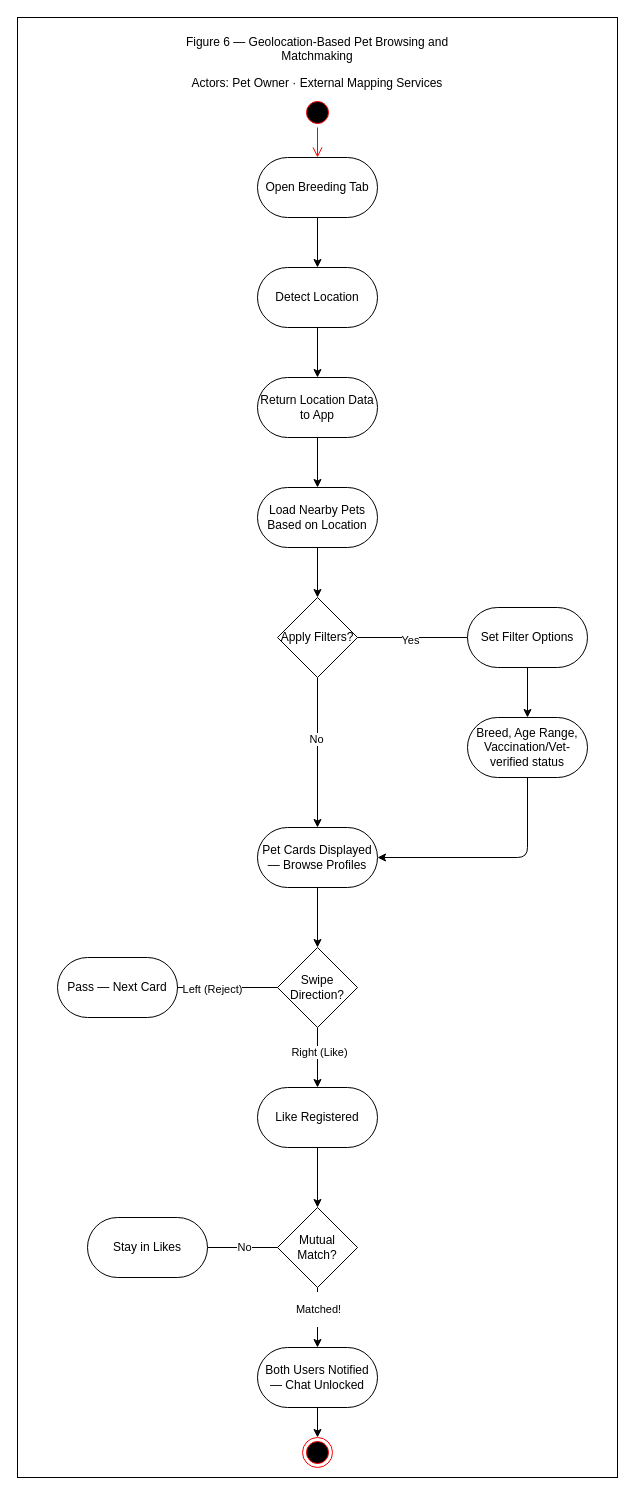
Chels013/Breedr-Diagrams keeps this draw.io diagram as ActivityDiagram_Figure6_USALLA.drawio. Above is the earlier version. Source tidied: cells renumbered, new cells numbered last; positions are measured from the earlier drawing's top-left corner, leaving out a move shared by most shapes. Both pictures are drawn from the tidied source at 100%, with x=0, y=0 at pixel (17, 17).
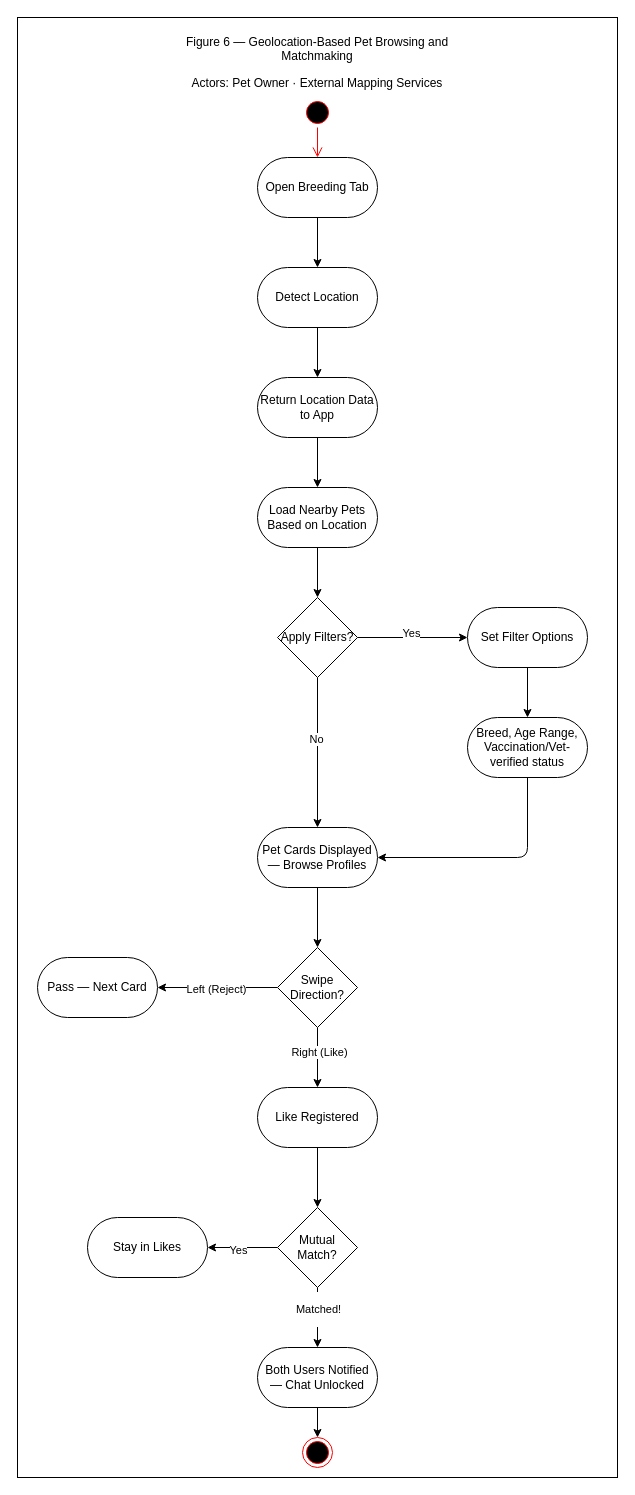
After the change.

The change refers to these unchanged cells:
```xml
<mxCell id="16" value="&lt;p&gt;Apply Filters?&lt;/p&gt;" style="rhombus;whiteSpace=wrap;html=1;" parent="1" vertex="1">
  <mxGeometry x="260" y="580" width="80" height="80" as="geometry" />
</mxCell>
<mxCell id="18" value="&lt;p&gt;Set Filter Options&lt;/p&gt;" style="rounded=1;whiteSpace=wrap;html=1;arcSize=50;" parent="1" vertex="1">
  <mxGeometry x="450" y="590" width="120" height="60" as="geometry" />
</mxCell>
<mxCell id="25" value="&lt;p&gt;Swipe Direction?&lt;/p&gt;" style="rhombus;whiteSpace=wrap;html=1;" parent="1" vertex="1">
  <mxGeometry x="260" y="930" width="80" height="80" as="geometry" />
</mxCell>
<mxCell id="32" value="&lt;p&gt;Mutual Match?&lt;/p&gt;" style="rhombus;whiteSpace=wrap;html=1;" parent="1" vertex="1">
  <mxGeometry x="260" y="1190" width="80" height="80" as="geometry" />
</mxCell>
<mxCell id="35" value="&lt;p&gt;Stay in Likes&lt;/p&gt;" style="rounded=1;whiteSpace=wrap;html=1;arcSize=50;" parent="1" vertex="1">
  <mxGeometry x="70" y="1200" width="120" height="60" as="geometry" />
</mxCell>
```

Diff of the diagram source:
```diff
@@
+    <mxCell id="36" style="edgeStyle=none;html=1;entryX=0;entryY=0.5;entryDx=0;entryDy=0;" parent="1" edge="1" source="16" target="18">
+      <mxGeometry relative="1" as="geometry" />
+    </mxCell>
+    <mxCell id="43" value="Yes" style="edgeLabel;html=1;align=center;verticalAlign=middle;" parent="36" vertex="1">
+      <mxGeometry x="-0.03" y="5" relative="1" as="geometry" />
+    </mxCell>
@@
+    <mxCell id="44" style="edgeStyle=none;html=1;entryX=1;entryY=0.5;entryDx=0;entryDy=0;" parent="1" edge="1" source="25" target="28">
+      <mxGeometry relative="1" as="geometry" />
+    </mxCell>
+    <mxCell id="45" style="edgeLabel;html=1;align=center;verticalAlign=middle;" parent="44" vertex="1">
+      <mxGeometry x="0.12" relative="1" as="geometry" />
+    </mxCell>
+    <mxCell id="42" value="Left (Reject)" style="edgeLabel;html=1;align=center;verticalAlign=middle;" parent="44" vertex="1">
+      <mxGeometry x="0.04" y="1" relative="1" as="geometry" />
+    </mxCell>
@@
     <mxCell id="28" value="&lt;p&gt;Pass — Next Card&lt;/p&gt;" style="rounded=1;whiteSpace=wrap;html=1;arcSize=50;" parent="1" vertex="1">
-      <mxGeometry x="40" y="940" width="120" height="60" as="geometry" />
+      <mxGeometry x="20" y="940" width="120" height="60" as="geometry" />
     </mxCell>
@@
+    <mxCell id="46" style="edgeStyle=none;html=1;entryX=1;entryY=0.5;entryDx=0;entryDy=0;" parent="1" edge="1" source="32" target="35">
+      <mxGeometry relative="1" as="geometry" />
+    </mxCell>
+    <mxCell id="47" value="Yes" style="edgeLabel;html=1;align=center;verticalAlign=middle;" parent="46" vertex="1">
+      <mxGeometry x="0.15" y="2" relative="1" as="geometry" />
+    </mxCell>
@@
-    <mxCell id="36" style="endArrow=none;html=1;exitX=1;exitY=0.5;exitDx=0;exitDy=0;entryX=0;entryY=0.5;entryDx=0;entryDy=0;" parent="1" edge="1" source="16" target="18">
-      <mxGeometry relative="1" as="geometry" />
-    </mxCell>
-    <mxCell id="37" value="Yes" style="edgeLabel;html=1;align=center;verticalAlign=middle;" parent="36" vertex="1">
-      <mxGeometry x="-0.06" y="-2" relative="1" as="geometry" />
-    </mxCell>
@@
-    <mxCell id="39" style="endArrow=none;html=1;exitX=1;exitY=0.5;exitDx=0;exitDy=0;entryX=0;entryY=0.5;entryDx=0;entryDy=0;" parent="1" edge="1" source="35" target="32">
-      <mxGeometry relative="1" as="geometry" />
-    </mxCell>
-    <mxCell id="40" value="No" style="edgeLabel;html=1;align=center;verticalAlign=middle;" parent="39" vertex="1">
-      <mxGeometry x="0.04" y="1" relative="1" as="geometry" />
-    </mxCell>
-    <mxCell id="41" style="endArrow=none;html=1;entryX=0;entryY=0.5;entryDx=0;entryDy=0;exitX=1;exitY=0.5;exitDx=0;exitDy=0;" parent="1" edge="1" source="28" target="25">
-      <mxGeometry relative="1" as="geometry" />
-    </mxCell>
-    <mxCell id="42" value="Left (Reject)" style="edgeLabel;html=1;align=center;verticalAlign=middle;" parent="41" vertex="1">
-      <mxGeometry x="-0.33" y="-1" relative="1" as="geometry" />
-    </mxCell>
```
